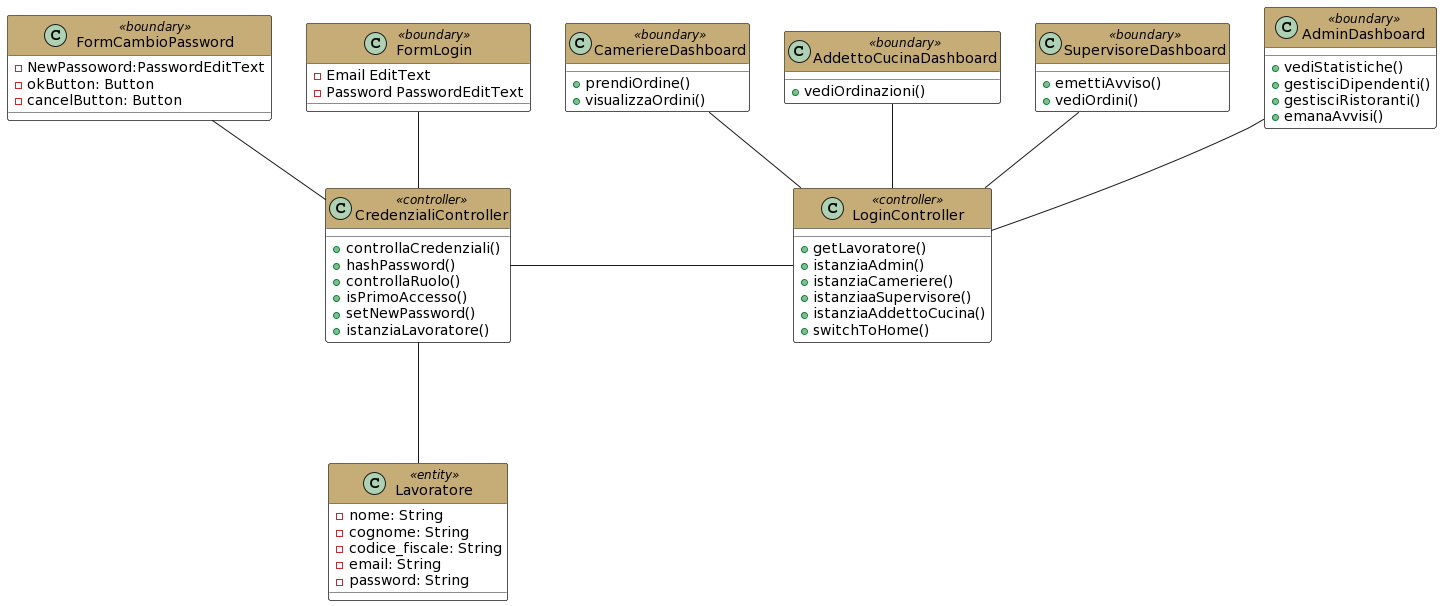
Mathieus99/RatatouilleDoc keeps this PlantUML diagram as Documentazione/assets/diagrammi/Class diagram di analisi/Gestione Login.png. Above is the earlier version.
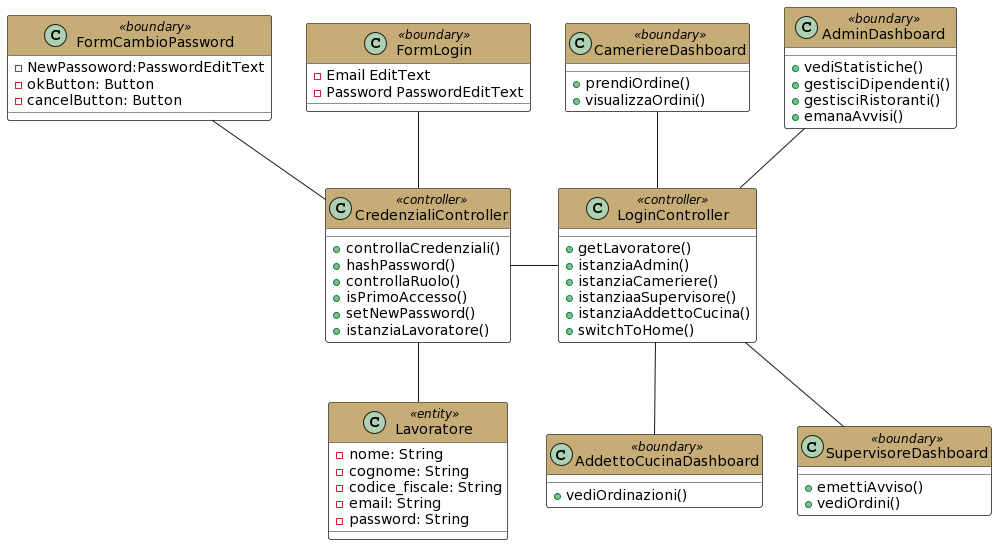
After the commit.

Change to the diagram source:
```diff
@@ -70,12 +70,12 @@
    -cancelButton: Button
 }
 
-CredenzialiController  -down-- Lavoratore
+CredenzialiController  -down- Lavoratore
 CredenzialiController -up- FormLogin
 CredenzialiController -up- FormCambioPassword
 CredenzialiController -right-- LoginController
 LoginController -up- AdminDashboard
-LoginController -up- SupervisoreDashboard
-LoginController -up- AddettoCucinaDashboard
+LoginController -down- SupervisoreDashboard
+LoginController -down- AddettoCucinaDashboard
 LoginController -up- CameriereDashboard
 @enduml
```
